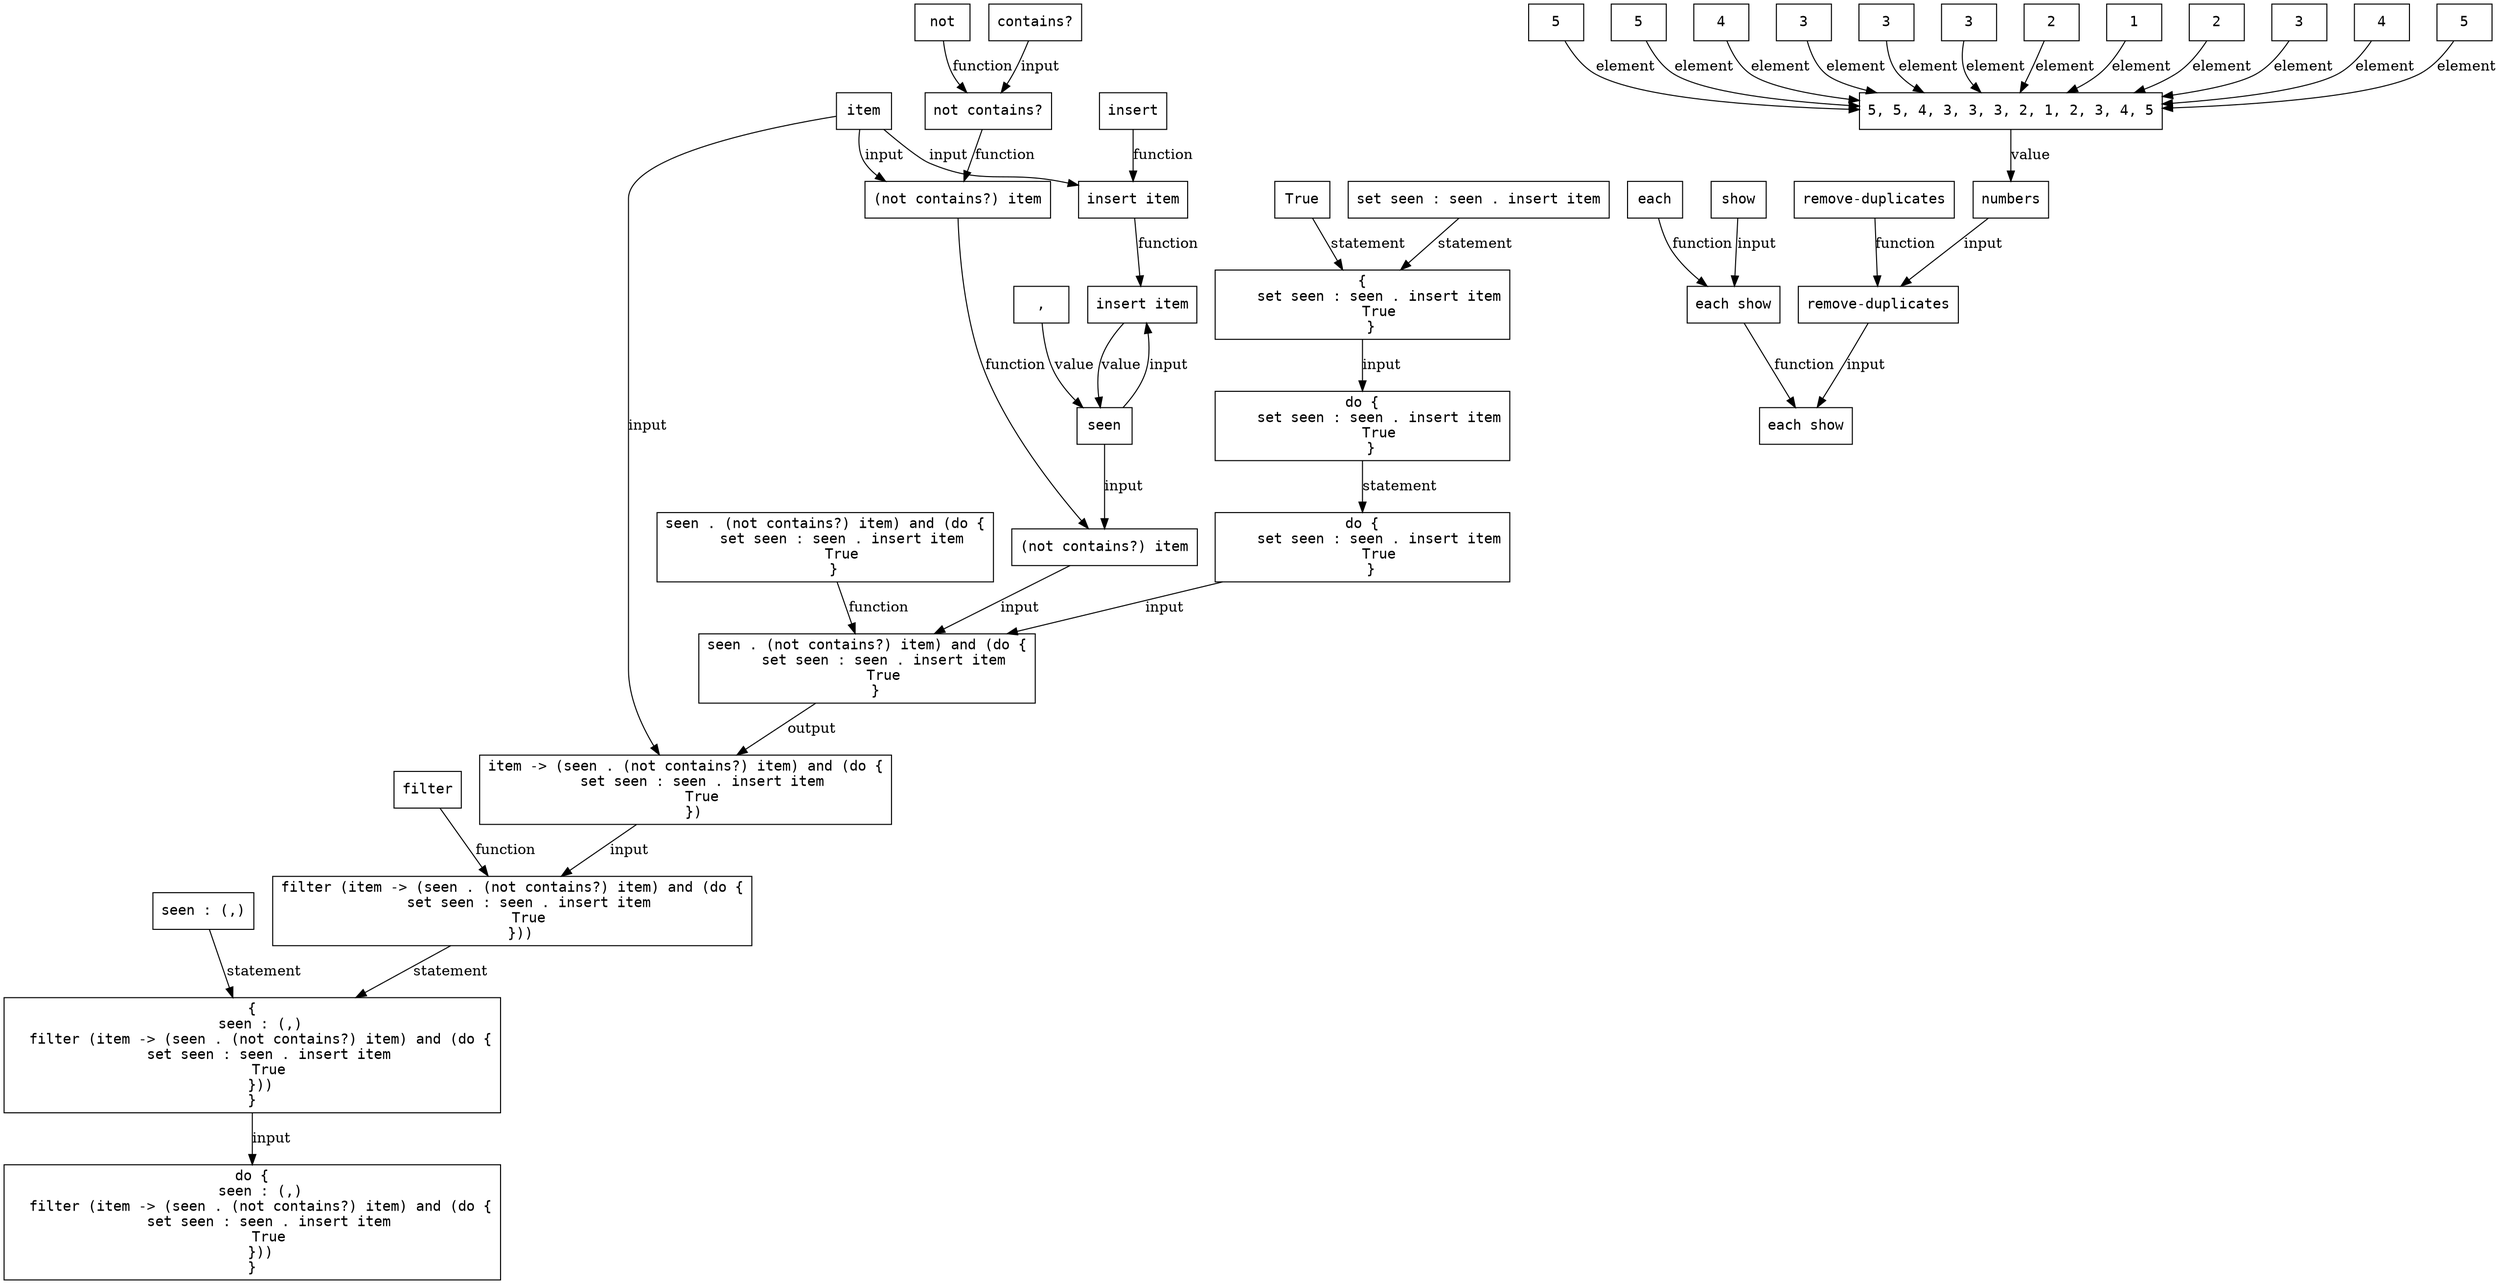
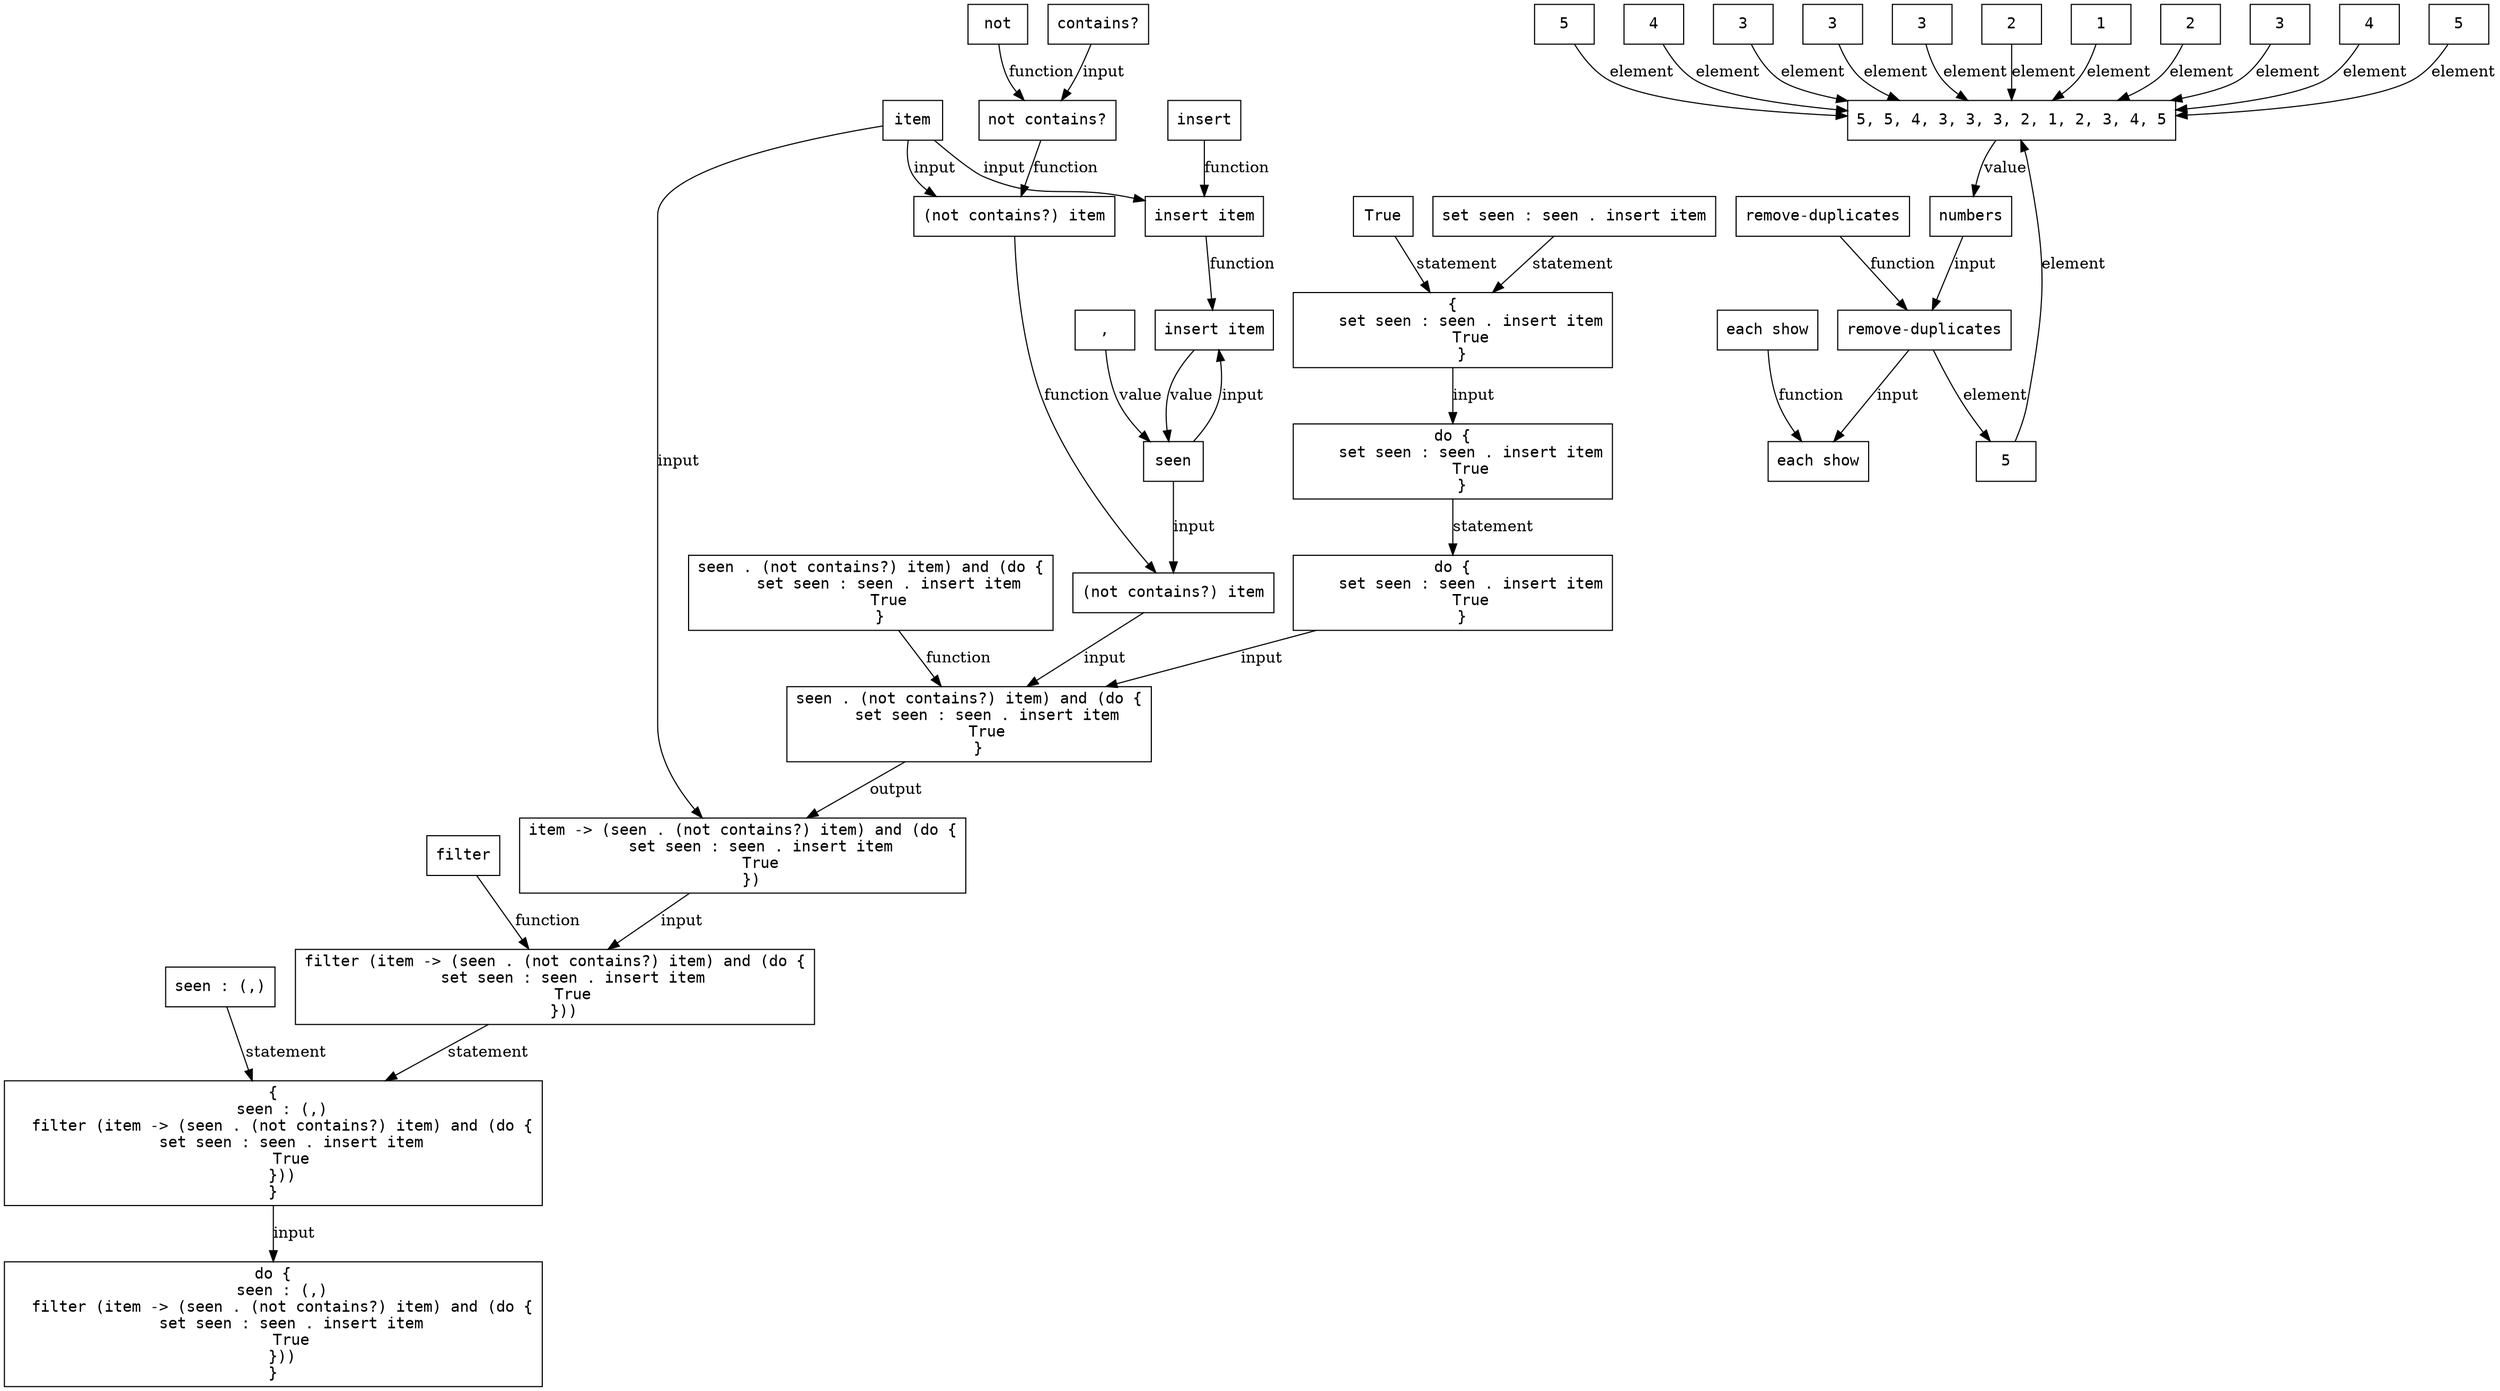
digraph G {
  node [shape=box, fontname=monospace]
  node_2_17 [label="do {\n  seen : (,)\n  filter (item -> (seen . (not contains?) item) and (do {\n    set seen : seen . insert item\n    True\n  }))\n}"]
  node_2_18 [label="{\n  seen : (,)\n  filter (item -> (seen . (not contains?) item) and (do {\n    set seen : seen . insert item\n    True\n  }))\n}"]
  node_2_19 [label="seen : (,)"]
  node_2_21 [label=","]
  node_2_24 [label="seen"]
  node_2_25 [label="filter (item -> (seen . (not contains?) item) and (do {\n    set seen : seen . insert item\n    True\n  }))"]
  node_2_26 [label="filter"]
  node_2_27 [label="item -> (seen . (not contains?) item) and (do {\n    set seen : seen . insert item\n    True\n  })"]
  node_2_28 [label="item"]
  node_2_30 [label="seen . (not contains?) item) and (do {\n    set seen : seen . insert item\n    True\n  }"]
  node_2_33 [label="do {\n    set seen : seen . insert item\n    True\n  }"]
  node_2_34 [label="seen . (not contains?) item) and (do {\n    set seen : seen . insert item\n    True\n  }"]
  node_2_35 [label="(not contains?) item"]
  node_2_37 [label="(not contains?) item"]
  node_2_38 [label="not contains?"]
  node_2_39 [label="not"]
  node_2_40 [label="contains?"]
  node_2_42 [label="do {\n    set seen : seen . insert item\n    True\n  }"]
  node_2_44 [label="{\n    set seen : seen . insert item\n    True\n  }"]
  node_2_45 [label="set seen : seen . insert item"]
  node_2_48 [label="insert item"]
  node_2_50 [label="insert item"]
  node_2_51 [label="insert"]
  node_2_54 [label="True"]
  node_2_55 [label="5, 5, 4, 3, 3, 3, 2, 1, 2, 3, 4, 5"]
  node_2_57 [label="5"]
  node_2_58 [label="5"]
  node_2_59 [label="4"]
  node_2_60 [label="3"]
  node_2_61 [label="3"]
  node_2_62 [label="3"]
  node_2_63 [label="2"]
  node_2_64 [label="1"]
  node_2_65 [label="2"]
  node_2_66 [label="3"]
  node_2_67 [label="4"]
  node_2_68 [label="5"]
  node_2_106 [label="numbers"]
  node_2_108 [label="each show"]
  node_2_110 [label="each show"]
-   node_2_111 [label="each"]
-   node_2_112 [label="show"]
  node_2_113 [label="remove-duplicates"]
  node_2_115 [label="remove-duplicates"]
  node_2_18 -> node_2_17 [label="input"]
  node_2_19 -> node_2_18 [label="statement"]
  node_2_21 -> node_2_24 [label="value"]
  node_2_24 -> node_2_35 [label="input"]
  node_2_24 -> node_2_48 [label="input"]
  node_2_25 -> node_2_18 [label="statement"]
  node_2_26 -> node_2_25 [label="function"]
  node_2_27 -> node_2_25 [label="input"]
  node_2_28 -> node_2_27 [label="input"]
  node_2_28 -> node_2_37 [label="input"]
  node_2_28 -> node_2_50 [label="input"]
  node_2_30 -> node_2_27 [label="output"]
  node_2_33 -> node_2_42 [label="statement"]
  node_2_34 -> node_2_30 [label="function"]
  node_2_35 -> node_2_30 [label="input"]
  node_2_37 -> node_2_35 [label="function"]
  node_2_38 -> node_2_37 [label="function"]
  node_2_39 -> node_2_38 [label="function"]
  node_2_40 -> node_2_38 [label="input"]
  node_2_42 -> node_2_30 [label="input"]
  node_2_44 -> node_2_33 [label="input"]
  node_2_45 -> node_2_44 [label="statement"]
  node_2_48 -> node_2_24 [label="value"]
  node_2_50 -> node_2_48 [label="function"]
  node_2_51 -> node_2_50 [label="function"]
  node_2_54 -> node_2_44 [label="statement"]
  node_2_55 -> node_2_106 [label="value"]
  node_2_57 -> node_2_55 [label="element"]
  node_2_58 -> node_2_55 [label="element"]
  node_2_59 -> node_2_55 [label="element"]
  node_2_60 -> node_2_55 [label="element"]
  node_2_61 -> node_2_55 [label="element"]
  node_2_62 -> node_2_55 [label="element"]
  node_2_63 -> node_2_55 [label="element"]
  node_2_64 -> node_2_55 [label="element"]
  node_2_65 -> node_2_55 [label="element"]
  node_2_66 -> node_2_55 [label="element"]
  node_2_67 -> node_2_55 [label="element"]
  node_2_68 -> node_2_55 [label="element"]
  node_2_106 -> node_2_113 [label="input"]
  node_2_110 -> node_2_108 [label="function"]
-   node_2_111 -> node_2_110 [label="function"]
-   node_2_112 -> node_2_110 [label="input"]
+   node_2_113 -> node_2_57 [label="element"]
  node_2_113 -> node_2_108 [label="input"]
  node_2_115 -> node_2_113 [label="function"]
}
